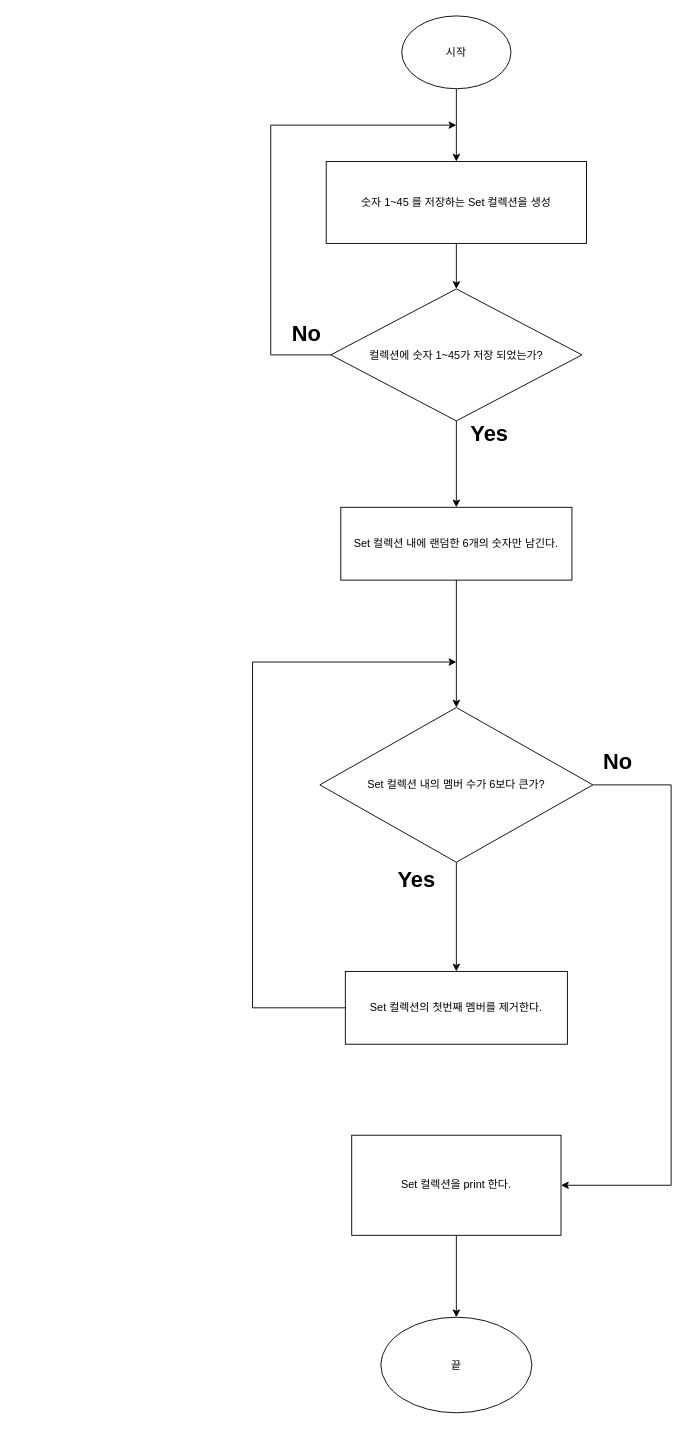
Before: lottoNumberGenerator.drawio in yumin43/swift-starter-Round2, a draw.io diagram. Source tidied: cells renumbered, new cells numbered last; positions are measured from the earlier drawing's top-left corner, leaving out a move shared by most shapes. Both pictures are drawn from the tidied source at 91%, with x=0, y=0 at pixel (252, 15).
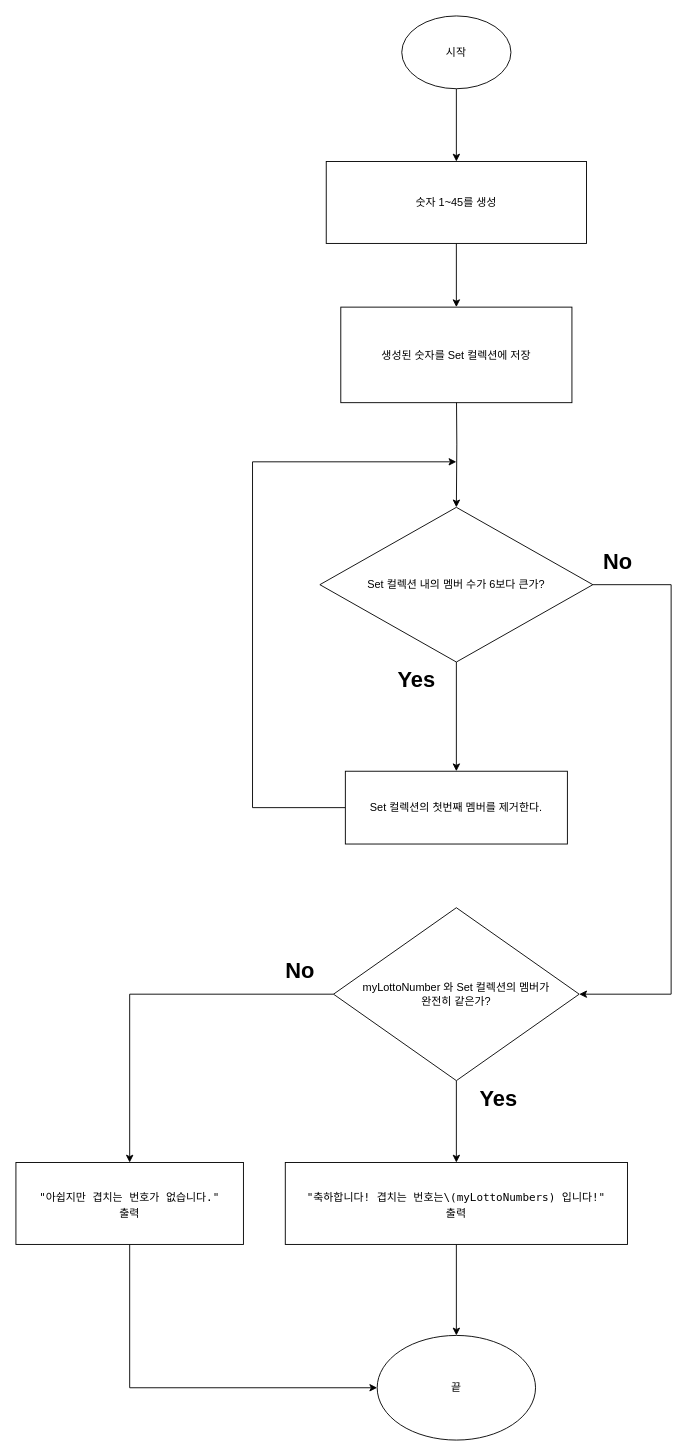
After the change.

The edit, as a diff of the source:
```diff
@@
-    <mxCell id="4" style="edgeStyle=orthogonalEdgeStyle;rounded=0;jettySize=auto;html=1;" parent="1" edge="1" source="5" target="20">
-      <mxGeometry relative="1" as="geometry" />
-    </mxCell>
+    <mxCell id="23" style="edgeStyle=orthogonalEdgeStyle;rounded=0;jettySize=auto;html=1;" parent="1" edge="1" source="5" target="24">
+      <mxGeometry relative="1" as="geometry" />
+    </mxCell>
-    <mxCell id="5" value="숫자 1~45 를 저장하는 Set 컬렉션을 생성" style="whiteSpace=wrap;html=1;" parent="1" vertex="1">
+    <mxCell id="5" value="숫자 1~45를 생성" style="whiteSpace=wrap;html=1;" parent="1" vertex="1">
       <mxGeometry x="81" y="160" width="286" height="90" as="geometry" />
     </mxCell>
-    <mxCell id="6" style="edgeStyle=orthogonalEdgeStyle;rounded=0;jettySize=auto;html=1;" parent="1" edge="1" source="7" target="10">
-      <mxGeometry relative="1" as="geometry" />
+    <mxCell id="6" style="edgeStyle=orthogonalEdgeStyle;rounded=0;jettySize=auto;html=1;" parent="1" edge="1" target="10">
+      <mxGeometry relative="1" as="geometry">
+        <mxPoint x="224" y="400" as="sourcePoint" />
+      </mxGeometry>
     </mxCell>
-    <mxCell id="7" value="Set 컬렉션 내에 랜덤한 6개의 숫자만 남긴다." style="whiteSpace=wrap;html=1;" parent="1" vertex="1">
-      <mxGeometry x="97" y="540" width="254" height="80" as="geometry" />
-    </mxCell>
@@
-    <mxCell id="9" style="edgeStyle=orthogonalEdgeStyle;rounded=0;jettySize=auto;html=1;exitX=1;exitY=0.5;exitDx=0;exitDy=0;entryX=1;entryY=0.5;entryDx=0;entryDy=0;" parent="1" edge="1" source="10" target="15">
+    <mxCell id="9" style="edgeStyle=orthogonalEdgeStyle;rounded=0;jettySize=auto;html=1;exitX=1;exitY=0.5;exitDx=0;exitDy=0;entryX=1;entryY=0.5;entryDx=0;entryDy=0;" parent="1" edge="1" source="10" target="27">
       <mxGeometry relative="1" as="geometry">
         <Array as="points">
-          <mxPoint x="460" y="845" />
-          <mxPoint x="460" y="1285" />
+          <mxPoint x="460" y="625" />
+          <mxPoint x="460" y="1075" />
         </Array>
       </mxGeometry>
     </mxCell>
     <mxCell id="10" value="Set 컬렉션 내의 멤버 수가 6보다 큰가?" style="rhombus;whiteSpace=wrap;html=1;" parent="1" vertex="1">
-      <mxGeometry x="74" y="760" width="300" height="170" as="geometry" />
+      <mxGeometry x="74" y="540" width="300" height="170" as="geometry" />
     </mxCell>
     <mxCell id="11" style="edgeStyle=orthogonalEdgeStyle;rounded=0;jettySize=auto;html=1;exitX=0;exitY=0.5;exitDx=0;exitDy=0;" parent="1" edge="1" source="12">
       <mxGeometry relative="1" as="geometry">
-        <mxPoint x="224" y="710" as="targetPoint" />
+        <mxPoint x="224" y="490" as="targetPoint" />
         <Array as="points">
-          <mxPoint y="1090" />
-          <mxPoint y="710" />
+          <mxPoint y="870" />
+          <mxPoint y="490" />
         </Array>
       </mxGeometry>
     </mxCell>
     <mxCell id="12" value="Set 컬렉션의 첫번째 멤버를 제거한다." style="whiteSpace=wrap;html=1;" parent="1" vertex="1">
-      <mxGeometry x="102" y="1050" width="244" height="80" as="geometry" />
+      <mxGeometry x="102" y="830" width="244" height="80" as="geometry" />
     </mxCell>
     <mxCell id="13" value="Yes" style="text;strokeColor=none;fillColor=none;html=1;fontSize=24;fontStyle=1;verticalAlign=middle;align=center;" parent="1" vertex="1">
-      <mxGeometry x="130" y="930" width="100" height="40" as="geometry" />
+      <mxGeometry x="130" y="710" width="100" height="40" as="geometry" />
     </mxCell>
-    <mxCell id="14" style="edgeStyle=orthogonalEdgeStyle;rounded=0;jettySize=auto;html=1;" parent="1" edge="1" source="15" target="17">
-      <mxGeometry relative="1" as="geometry" />
-    </mxCell>
-    <mxCell id="15" value="Set 컬렉션을 print 한다." style="rounded=0;whiteSpace=wrap;html=1;" parent="1" vertex="1">
-      <mxGeometry x="109" y="1230" width="230" height="110" as="geometry" />
-    </mxCell>
     <mxCell id="16" value="No" style="text;strokeColor=none;fillColor=none;html=1;fontSize=24;fontStyle=1;verticalAlign=middle;align=center;" parent="1" vertex="1">
-      <mxGeometry x="351" y="800" width="100" height="40" as="geometry" />
+      <mxGeometry x="351" y="580" width="100" height="40" as="geometry" />
     </mxCell>
+    <mxCell id="24" value="생성된 숫자를 Set 컬렉션에 저장" style="whiteSpace=wrap;html=1;" parent="1" vertex="1">
+      <mxGeometry x="97" y="320" width="254" height="105" as="geometry" />
+    </mxCell>
+    <mxCell id="25" style="edgeStyle=orthogonalEdgeStyle;rounded=0;jettySize=auto;html=1;" parent="1" edge="1" source="27" target="29">
+      <mxGeometry relative="1" as="geometry" />
+    </mxCell>
+    <mxCell id="26" style="edgeStyle=orthogonalEdgeStyle;rounded=0;jettySize=auto;html=1;" parent="1" edge="1" source="27" target="31">
+      <mxGeometry relative="1" as="geometry" />
+    </mxCell>
+    <mxCell id="27" value="myLottoNumber 와 Set 컬렉션의 멤버가&lt;div&gt;완전히 같은가?&lt;/div&gt;" style="rhombus;whiteSpace=wrap;html=1;" parent="1" vertex="1">
+      <mxGeometry x="89" y="980" width="270" height="190" as="geometry" />
+    </mxCell>
+    <mxCell id="28" style="edgeStyle=orthogonalEdgeStyle;rounded=0;jettySize=auto;html=1;" parent="1" edge="1" source="29" target="17">
+      <mxGeometry relative="1" as="geometry" />
+    </mxCell>
+    <mxCell id="29" value="&lt;p style=&quot;margin: 0px; font-variant-numeric: normal; font-variant-east-asian: normal; font-variant-alternates: normal; font-kerning: auto; font-optical-sizing: auto; font-feature-settings: normal; font-variation-settings: normal; font-variant-position: normal; font-stretch: normal; line-height: normal; font-family: Menlo;&quot; class=&quot;p1&quot;&gt;&lt;span style=&quot;background-color: rgb(255, 255, 255);&quot;&gt;&quot;축하합니다! 겹치는 번호는\&lt;/span&gt;&lt;span class=&quot;s1&quot;&gt;(myLottoNumbers)&lt;/span&gt;&lt;span style=&quot;background-color: rgb(255, 255, 255);&quot;&gt; 입니다!&quot;&lt;/span&gt;&lt;br&gt;&lt;/p&gt;&lt;p style=&quot;margin: 0px; font-variant-numeric: normal; font-variant-east-asian: normal; font-variant-alternates: normal; font-kerning: auto; font-optical-sizing: auto; font-feature-settings: normal; font-variation-settings: normal; font-variant-position: normal; font-stretch: normal; line-height: normal; font-family: Menlo;&quot; class=&quot;p1&quot;&gt;&lt;span style=&quot;background-color: rgb(255, 255, 255);&quot;&gt;출력&lt;/span&gt;&lt;/p&gt;" style="whiteSpace=wrap;html=1;align=center;" parent="1" vertex="1">
+      <mxGeometry x="36" y="1260" width="376" height="90" as="geometry" />
+    </mxCell>
+    <mxCell id="30" style="edgeStyle=orthogonalEdgeStyle;rounded=0;jettySize=auto;html=1;exitX=0.5;exitY=1;exitDx=0;exitDy=0;entryX=0;entryY=0.5;entryDx=0;entryDy=0;" parent="1" edge="1" source="31" target="17">
+      <mxGeometry relative="1" as="geometry" />
+    </mxCell>
+    <mxCell id="31" value="&lt;p style=&quot;margin: 0px; font-variant-numeric: normal; font-variant-east-asian: normal; font-variant-alternates: normal; font-kerning: auto; font-optical-sizing: auto; font-feature-settings: normal; font-variation-settings: normal; font-variant-position: normal; font-stretch: normal; line-height: normal; font-family: Menlo;&quot; class=&quot;p1&quot;&gt;&lt;span style=&quot;background-color: rgb(255, 255, 255);&quot;&gt;&quot;아쉽지만 겹치는 번호가 없습니다.&quot;&lt;/span&gt;&lt;/p&gt;&lt;p style=&quot;margin: 0px; font-variant-numeric: normal; font-variant-east-asian: normal; font-variant-alternates: normal; font-kerning: auto; font-optical-sizing: auto; font-feature-settings: normal; font-variation-settings: normal; font-variant-position: normal; font-stretch: normal; line-height: normal; font-family: Menlo;&quot; class=&quot;p1&quot;&gt;&lt;span style=&quot;background-color: rgb(255, 255, 255);&quot;&gt;출력&lt;/span&gt;&lt;/p&gt;" style="whiteSpace=wrap;html=1;align=center;" parent="1" vertex="1">
+      <mxGeometry x="-260" y="1260" width="250" height="90" as="geometry" />
+    </mxCell>
-    <mxCell id="17" value="끝" style="ellipse;whiteSpace=wrap;html=1;rounded=0;" parent="1" vertex="1">
-      <mxGeometry x="141" y="1430" width="166" height="105" as="geometry" />
+    <mxCell id="17" value="끝" style="ellipse;whiteSpace=wrap;html=1;" parent="1" vertex="1">
+      <mxGeometry x="137" y="1450" width="174" height="115" as="geometry" />
     </mxCell>
-    <mxCell id="18" style="edgeStyle=orthogonalEdgeStyle;rounded=0;jettySize=auto;html=1;exitX=0.5;exitY=1;exitDx=0;exitDy=0;entryX=0.5;entryY=0;entryDx=0;entryDy=0;" parent="1" edge="1" source="20" target="7">
-      <mxGeometry relative="1" as="geometry" />
-    </mxCell>
-    <mxCell id="19" style="edgeStyle=orthogonalEdgeStyle;rounded=0;jettySize=auto;html=1;exitX=0;exitY=0.5;exitDx=0;exitDy=0;" parent="1" edge="1" source="20">
-      <mxGeometry relative="1" as="geometry">
-        <mxPoint x="224" y="120" as="targetPoint" />
-        <Array as="points">
-          <mxPoint x="20" y="373" />
-          <mxPoint x="20" y="120" />
-        </Array>
-      </mxGeometry>
-    </mxCell>
-    <mxCell id="20" value="컬렉션에 숫자 1~45가 저장 되었는가?" style="rhombus;whiteSpace=wrap;html=1;" parent="1" vertex="1">
-      <mxGeometry x="86" y="300" width="276" height="145" as="geometry" />
-    </mxCell>
+    <mxCell id="22" value="Yes" style="text;strokeColor=none;fillColor=none;html=1;fontSize=24;fontStyle=1;verticalAlign=middle;align=center;" parent="1" vertex="1">
+      <mxGeometry x="220" y="1170" width="100" height="40" as="geometry" />
+    </mxCell>
     <mxCell id="21" value="No" style="text;strokeColor=none;fillColor=none;html=1;fontSize=24;fontStyle=1;verticalAlign=middle;align=center;" parent="1" vertex="1">
-      <mxGeometry x="9" y="330" width="100" height="40" as="geometry" />
+      <mxGeometry x="2" y="1030" width="100" height="40" as="geometry" />
     </mxCell>
-    <mxCell id="22" value="Yes" style="text;strokeColor=none;fillColor=none;html=1;fontSize=24;fontStyle=1;verticalAlign=middle;align=center;" parent="1" vertex="1">
-      <mxGeometry x="210" y="440" width="100" height="40" as="geometry" />
-    </mxCell>
```
